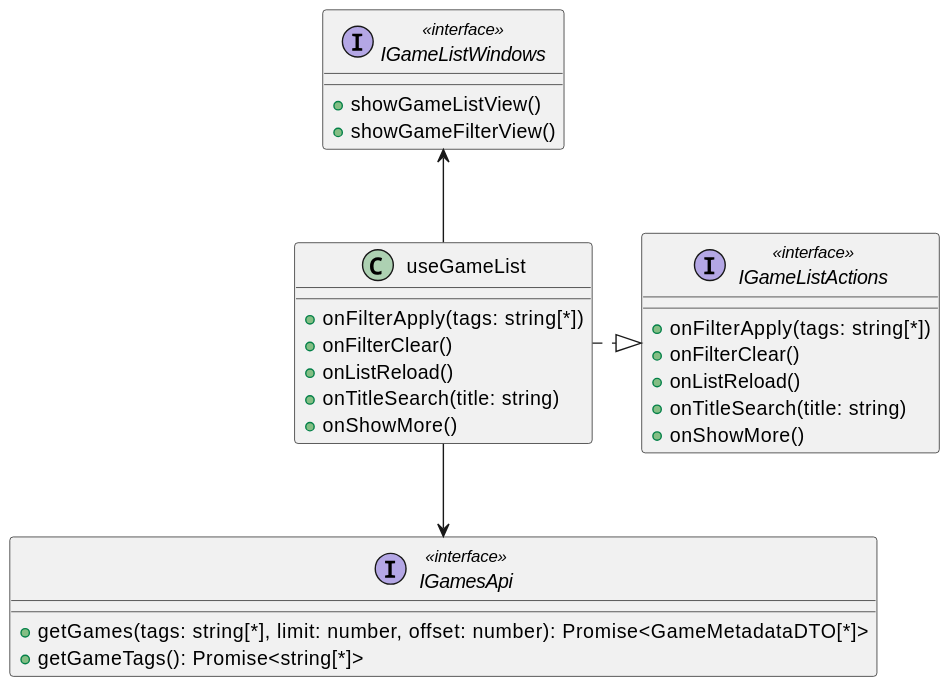
Before: diagrams/frontend/rendered/game-list-presenter.svg, a diagram exported from PlantUML (Igor-Ochocki/POP-2026Z).
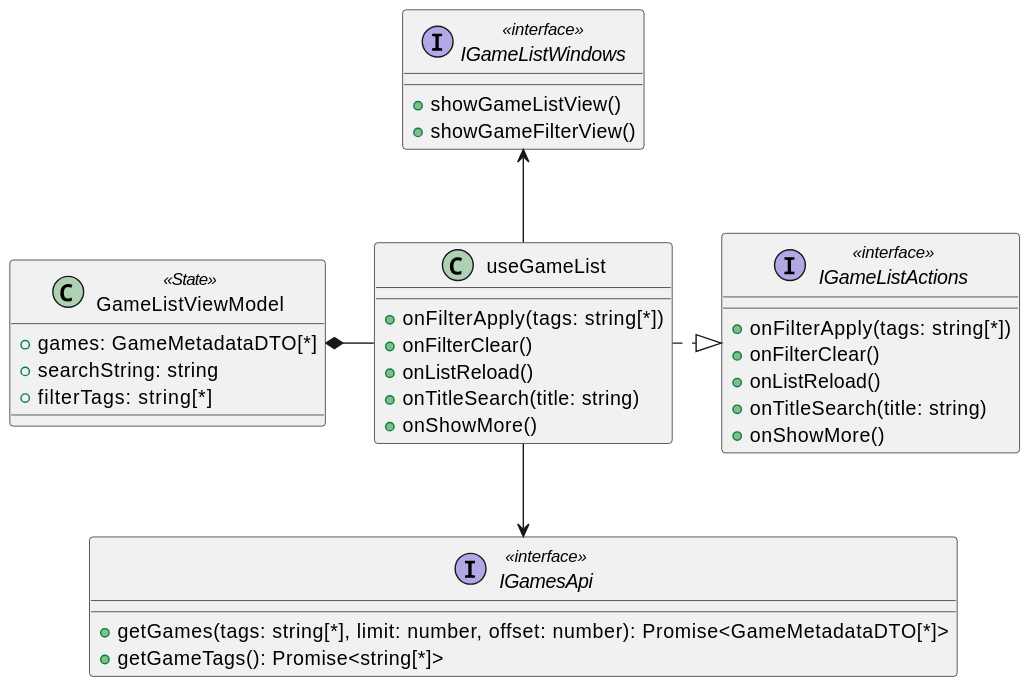
The same file after the commit.

Commit message:
Add view model to hook

The edit, as a diff of the source:
```diff
@@ -25,7 +25,14 @@
     +onShowMore()
 }
 
+class GameListViewModel <<State>> {
+    +games: GameMetadataDTO[*]
+    +searchString: string
+    +filterTags: string[*]
+}
+
 useGameList -u-> IGameListWindows
 useGameList .|> IGameListActions
 useGameList -->  IGamesApi
+GameListViewModel *- useGameList
 @enduml
```
